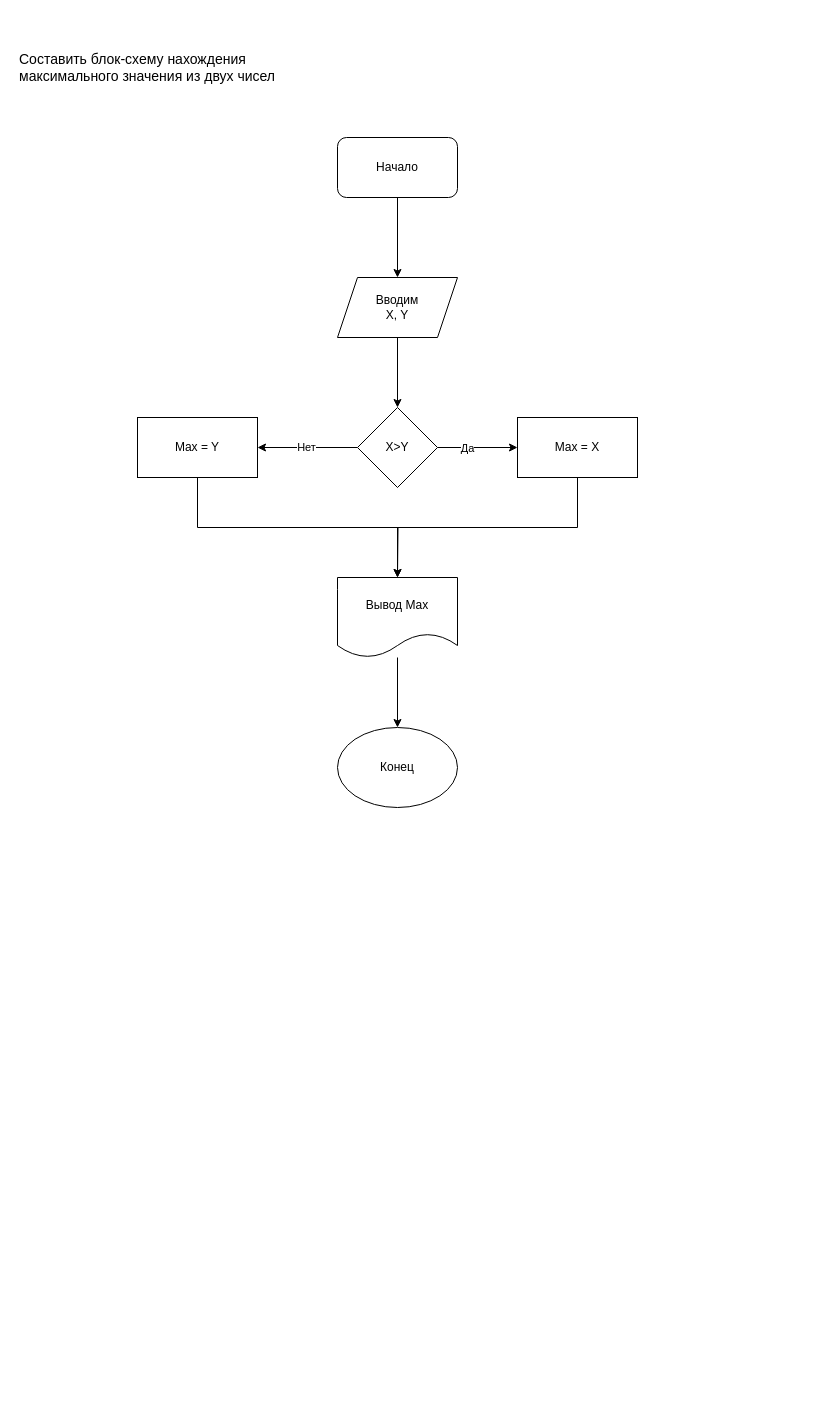
Earlier version of the draw.io diagram Диаграмма без названия.drawio (AlekSandr-DaNILOVE/project). Source tidied: cells renumbered, new cells numbered last; positions are measured from the earlier drawing's top-left corner, leaving out a move shared by most shapes. Both pictures are drawn from the tidied source at 100%, with x=0, y=0 at pixel (17, 17).
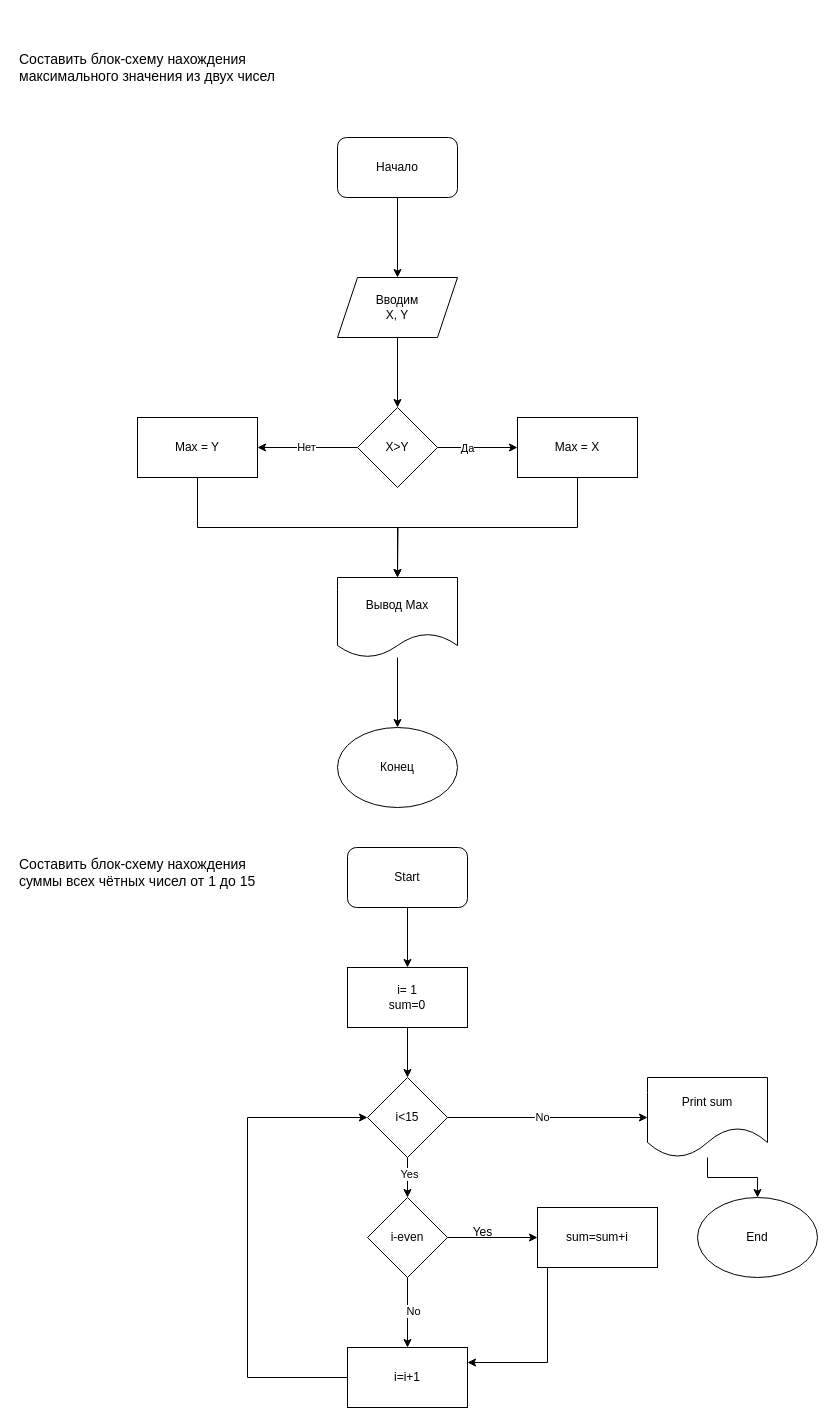
After the change.

Change to the diagram source:
```diff
@@
+    <mxCell id="19" value="&lt;font style=&quot;font-size: 14px;&quot;&gt;Составить блок-схему нахождения суммы всех чётных чисел от 1 до 15&lt;/font&gt;" style="text;strokeColor=none;align=left;fillColor=none;html=1;verticalAlign=middle;whiteSpace=wrap;rounded=0;" parent="1" vertex="1">
+      <mxGeometry y="820" width="270" height="70" as="geometry" />
+    </mxCell>
+    <mxCell id="20" style="edgeStyle=orthogonalEdgeStyle;rounded=0;jettySize=auto;html=1;entryX=0.5;entryY=0;entryDx=0;entryDy=0;" parent="1" edge="1" source="21" target="23">
+      <mxGeometry relative="1" as="geometry" />
+    </mxCell>
+    <mxCell id="21" value="Start" style="rounded=1;whiteSpace=wrap;html=1;" parent="1" vertex="1">
+      <mxGeometry x="330" y="830" width="120" height="60" as="geometry" />
+    </mxCell>
+    <mxCell id="22" style="edgeStyle=orthogonalEdgeStyle;rounded=0;jettySize=auto;html=1;entryX=0.5;entryY=0;entryDx=0;entryDy=0;" parent="1" edge="1" source="23" target="28">
+      <mxGeometry relative="1" as="geometry" />
+    </mxCell>
+    <mxCell id="23" value="i= 1&lt;br&gt;sum=0" style="rounded=0;whiteSpace=wrap;html=1;" parent="1" vertex="1">
+      <mxGeometry x="330" y="950" width="120" height="60" as="geometry" />
+    </mxCell>
+    <mxCell id="24" style="edgeStyle=orthogonalEdgeStyle;rounded=0;jettySize=auto;html=1;entryX=0.5;entryY=0;entryDx=0;entryDy=0;" parent="1" edge="1" source="28" target="32">
+      <mxGeometry relative="1" as="geometry" />
+    </mxCell>
+    <mxCell id="25" value="Yes" style="edgeLabel;html=1;align=center;verticalAlign=middle;" parent="24" vertex="1">
+      <mxGeometry x="-0.2" y="1" relative="1" as="geometry" />
+    </mxCell>
+    <mxCell id="26" style="edgeStyle=orthogonalEdgeStyle;rounded=0;jettySize=auto;html=1;entryX=0;entryY=0.5;entryDx=0;entryDy=0;" parent="1" edge="1" source="28" target="39">
+      <mxGeometry relative="1" as="geometry" />
+    </mxCell>
+    <mxCell id="27" value="No" style="edgeLabel;html=1;align=center;verticalAlign=middle;" parent="26" vertex="1">
+      <mxGeometry x="-0.06" y="1" relative="1" as="geometry" />
+    </mxCell>
+    <mxCell id="28" value="i&amp;lt;15" style="rhombus;whiteSpace=wrap;html=1;" parent="1" vertex="1">
+      <mxGeometry x="350" y="1060" width="80" height="80" as="geometry" />
+    </mxCell>
+    <mxCell id="29" style="edgeStyle=orthogonalEdgeStyle;rounded=0;jettySize=auto;html=1;" parent="1" edge="1" source="32" target="34">
+      <mxGeometry relative="1" as="geometry" />
+    </mxCell>
+    <mxCell id="30" style="edgeStyle=orthogonalEdgeStyle;rounded=0;jettySize=auto;html=1;entryX=0.5;entryY=0;entryDx=0;entryDy=0;" parent="1" edge="1" source="32" target="36">
+      <mxGeometry relative="1" as="geometry" />
+    </mxCell>
+    <mxCell id="31" value="No" style="edgeLabel;html=1;align=center;verticalAlign=middle;" parent="30" vertex="1">
+      <mxGeometry x="-0.05" y="5" relative="1" as="geometry" />
+    </mxCell>
+    <mxCell id="32" value="i-even" style="rhombus;whiteSpace=wrap;html=1;" parent="1" vertex="1">
+      <mxGeometry x="350" y="1180" width="80" height="80" as="geometry" />
+    </mxCell>
+    <mxCell id="33" style="edgeStyle=orthogonalEdgeStyle;rounded=0;jettySize=auto;html=1;entryX=1;entryY=0.25;entryDx=0;entryDy=0;" parent="1" edge="1" target="36">
+      <mxGeometry relative="1" as="geometry">
+        <mxPoint x="553.4" y="1220" as="sourcePoint" />
+        <Array as="points">
+          <mxPoint x="553" y="1221" />
+          <mxPoint x="530" y="1221" />
+          <mxPoint x="530" y="1345" />
+        </Array>
+      </mxGeometry>
+    </mxCell>
+    <mxCell id="34" value="sum=sum+i" style="rounded=0;whiteSpace=wrap;html=1;" parent="1" vertex="1">
+      <mxGeometry x="520" y="1190" width="120" height="60" as="geometry" />
+    </mxCell>
+    <mxCell id="35" style="edgeStyle=orthogonalEdgeStyle;rounded=0;jettySize=auto;html=1;entryX=0;entryY=0.5;entryDx=0;entryDy=0;" parent="1" edge="1" source="36" target="28">
+      <mxGeometry relative="1" as="geometry">
+        <Array as="points">
+          <mxPoint x="230" y="1360" />
+          <mxPoint x="230" y="1100" />
+        </Array>
+      </mxGeometry>
+    </mxCell>
+    <mxCell id="36" value="i=i+1" style="rounded=0;whiteSpace=wrap;html=1;" parent="1" vertex="1">
+      <mxGeometry x="330" y="1330" width="120" height="60" as="geometry" />
+    </mxCell>
+    <mxCell id="37" value="Yes" style="text;html=1;align=center;verticalAlign=middle;strokeColor=none;fillColor=none;" parent="1" vertex="1">
+      <mxGeometry x="445" y="1200" width="40" height="30" as="geometry" />
+    </mxCell>
+    <mxCell id="38" style="edgeStyle=orthogonalEdgeStyle;rounded=0;jettySize=auto;html=1;" parent="1" edge="1" source="39" target="40">
+      <mxGeometry relative="1" as="geometry" />
+    </mxCell>
+    <mxCell id="39" value="Print sum" style="shape=document;whiteSpace=wrap;html=1;boundedLbl=1;size=0.375;" parent="1" vertex="1">
+      <mxGeometry x="630" y="1060" width="120" height="80" as="geometry" />
+    </mxCell>
+    <mxCell id="40" value="End" style="ellipse;whiteSpace=wrap;html=1;" parent="1" vertex="1">
+      <mxGeometry x="680" y="1180" width="120" height="80" as="geometry" />
+    </mxCell>
```
